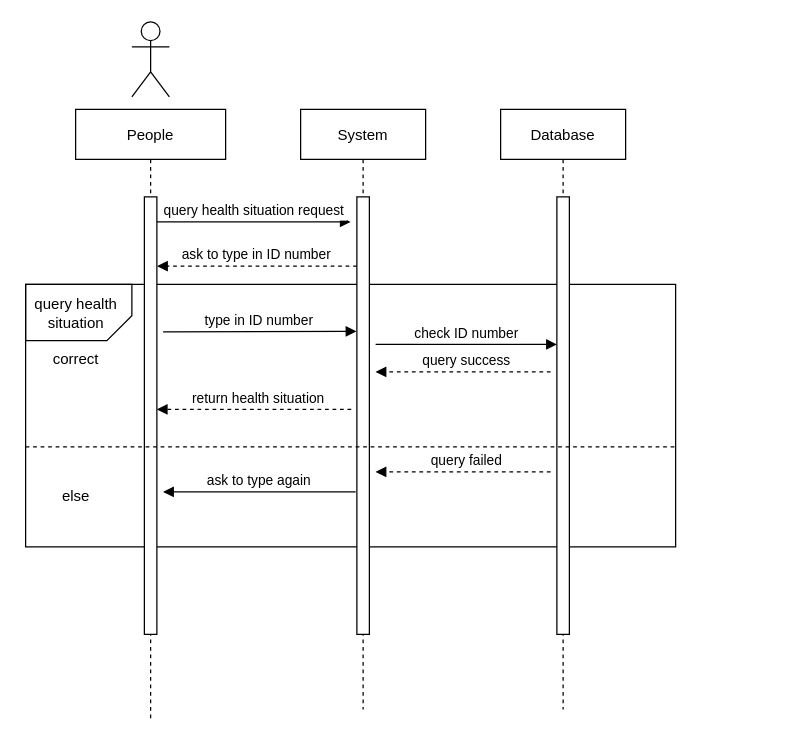
vivianyiye/vivianyiye keeps this draw.io diagram as page "sequence" (2 of 6) of object diagram.drawio. Above is the earlier version. Source tidied: cells renumbered, new cells numbered last; positions are measured from the earlier drawing's top-left corner, leaving out a move shared by most shapes. Both pictures are drawn from the tidied source at 125%, with x=0, y=0 at pixel (25, 21).
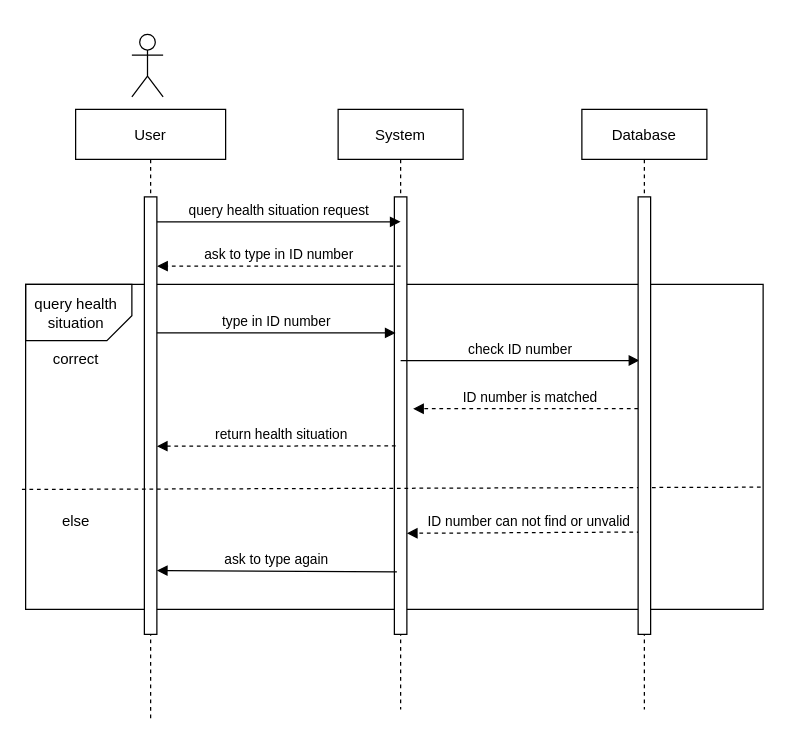
Above is the later version.

Unchanged cells that the change refers to:
```xml
<mxCell id="4" style="points=[];perimeter=orthogonalPerimeter;rounded=0;shadow=0;strokeWidth=1;" parent="3" vertex="1">
  <mxGeometry x="55" y="70" width="10" height="350" as="geometry" />
</mxCell>
<mxCell id="6" style="points=[];perimeter=orthogonalPerimeter;rounded=0;shadow=0;strokeWidth=1;" parent="5" vertex="1">
  <mxGeometry x="45" y="70" width="10" height="350" as="geometry" />
</mxCell>
```

The edit, as a diff of the source:
```diff
@@
     <mxCell id="2" style="rounded=0;whiteSpace=wrap;html=1;fillColor=none;" parent="1" vertex="1">
-      <mxGeometry y="210" width="520" height="210" as="geometry" />
+      <mxGeometry y="210" width="590" height="260" as="geometry" />
     </mxCell>
-    <mxCell id="3" value="People" style="shape=umlLifeline;perimeter=lifelinePerimeter;rounded=0;shadow=0;strokeWidth=1;" parent="1" vertex="1">
+    <mxCell id="3" value="User" style="shape=umlLifeline;perimeter=lifelinePerimeter;rounded=0;shadow=0;strokeWidth=1;" parent="1" vertex="1">
       <mxGeometry x="40" y="70" width="120" height="490" as="geometry" />
     </mxCell>
@@
     <mxCell id="5" value="System" style="shape=umlLifeline;perimeter=lifelinePerimeter;rounded=0;shadow=0;strokeWidth=1;" parent="1" vertex="1">
-      <mxGeometry x="220" y="70" width="100" height="480" as="geometry" />
+      <mxGeometry x="250" y="70" width="100" height="480" as="geometry" />
     </mxCell>
@@
-    <mxCell id="7" value="query health situation request" style="verticalAlign=bottom;endArrow=block;shadow=0;strokeWidth=1;" parent="1" edge="1">
+    <mxCell id="7" value="query health situation request" style="verticalAlign=bottom;endArrow=block;shadow=0;strokeWidth=1;entryX=0.5;entryY=0.057;entryDx=0;entryDy=0;entryPerimeter=0;" parent="1" edge="1" target="6">
       <mxGeometry relative="1" as="geometry">
         <mxPoint x="105" y="160" as="sourcePoint" />
-        <mxPoint x="260" y="160" as="targetPoint" />
       </mxGeometry>
     </mxCell>
-    <mxCell id="8" value="ask to type in ID number" style="verticalAlign=bottom;endArrow=block;entryX=1.02;entryY=0.079;shadow=0;strokeWidth=1;entryDx=0;entryDy=0;entryPerimeter=0;dashed=1;" parent="1" edge="1">
+    <mxCell id="8" value="ask to type in ID number" style="verticalAlign=bottom;endArrow=block;entryX=1.02;entryY=0.079;shadow=0;strokeWidth=1;entryDx=0;entryDy=0;entryPerimeter=0;dashed=1;exitX=0.5;exitY=0.158;exitDx=0;exitDy=0;exitPerimeter=0;" parent="1" edge="1" source="6">
       <mxGeometry relative="1" as="geometry">
-        <mxPoint x="265" y="195.4" as="sourcePoint" />
         <mxPoint x="105.2" y="195.4" as="targetPoint" />
       </mxGeometry>
     </mxCell>
     <mxCell id="9" style="shape=umlActor;verticalLabelPosition=bottom;verticalAlign=top;html=1;" parent="1" vertex="1">
-      <mxGeometry x="85" width="30" height="60" as="geometry" />
+      <mxGeometry x="85" y="10" width="25" height="50" as="geometry" />
     </mxCell>
     <mxCell id="10" value="Database" style="shape=umlLifeline;perimeter=lifelinePerimeter;rounded=0;shadow=0;strokeWidth=1;" parent="1" vertex="1">
-      <mxGeometry x="380" y="70" width="100" height="480" as="geometry" />
+      <mxGeometry x="445" y="70" width="100" height="480" as="geometry" />
     </mxCell>
-    <mxCell id="11" style="points=[];perimeter=orthogonalPerimeter;rounded=0;shadow=0;strokeWidth=1;" parent="10" vertex="1">
-      <mxGeometry x="45" y="70" width="10" height="350" as="geometry" />
-    </mxCell>
-    <mxCell id="12" value="type in ID number" style="verticalAlign=bottom;endArrow=block;shadow=0;strokeWidth=1;entryX=-0.044;entryY=0.126;entryDx=0;entryDy=0;entryPerimeter=0;" parent="1" edge="1">
-      <mxGeometry relative="1" as="geometry">
-        <mxPoint x="110" y="248" as="sourcePoint" />
-        <mxPoint x="264.6" y="247.6" as="targetPoint" />
-      </mxGeometry>
+    <mxCell id="12" value="type in ID number" style="verticalAlign=bottom;endArrow=block;shadow=0;strokeWidth=1;entryX=0.1;entryY=0.311;entryDx=0;entryDy=0;entryPerimeter=0;exitX=1;exitY=0.311;exitDx=0;exitDy=0;exitPerimeter=0;" parent="1" edge="1" source="4" target="6">
+      <mxGeometry relative="1" as="geometry" />
     </mxCell>
-    <mxCell id="13" value="check ID number" style="verticalAlign=bottom;endArrow=block;shadow=0;strokeWidth=1;" parent="1" edge="1">
-      <mxGeometry relative="1" as="geometry">
-        <mxPoint x="280" y="258" as="sourcePoint" />
-        <mxPoint x="425" y="258" as="targetPoint" />
-      </mxGeometry>
+    <mxCell id="13" value="check ID number" style="verticalAlign=bottom;endArrow=block;shadow=0;strokeWidth=1;entryX=0.1;entryY=0.374;entryDx=0;entryDy=0;entryPerimeter=0;exitX=0.5;exitY=0.374;exitDx=0;exitDy=0;exitPerimeter=0;" parent="1" edge="1" source="6" target="11">
+      <mxGeometry relative="1" as="geometry" />
     </mxCell>
-    <mxCell id="14" value="query success" style="verticalAlign=bottom;endArrow=block;shadow=0;strokeWidth=1;dashed=1;" parent="1" edge="1">
+    <mxCell id="14" value="ID number is matched" style="verticalAlign=bottom;endArrow=block;shadow=0;strokeWidth=1;dashed=1;exitX=0;exitY=0.484;exitDx=0;exitDy=0;exitPerimeter=0;" parent="1" edge="1" source="11">
       <mxGeometry x="-0.05" relative="1" as="geometry">
-        <mxPoint x="420" y="280" as="sourcePoint" />
-        <mxPoint x="280" y="280" as="targetPoint" />
+        <mxPoint x="310" y="309.5" as="targetPoint" />
       </mxGeometry>
     </mxCell>
-    <mxCell id="15" value="query failed" style="verticalAlign=bottom;endArrow=block;shadow=0;strokeWidth=1;dashed=1;" parent="1" edge="1">
-      <mxGeometry x="-0.05" relative="1" as="geometry">
-        <mxPoint x="420" y="360" as="sourcePoint" />
-        <mxPoint x="280" y="360" as="targetPoint" />
-      </mxGeometry>
+    <mxCell id="15" value="ID number can not find or unvalid" style="verticalAlign=bottom;endArrow=block;shadow=0;strokeWidth=1;dashed=1;entryX=1;entryY=0.769;entryDx=0;entryDy=0;entryPerimeter=0;exitX=0.2;exitY=0.766;exitDx=0;exitDy=0;exitPerimeter=0;" parent="1" edge="1" source="11" target="6">
+      <mxGeometry x="-0.05" relative="1" as="geometry" />
     </mxCell>
-    <mxCell id="16" value="ask to type again" style="verticalAlign=bottom;endArrow=block;shadow=0;strokeWidth=1;" parent="1" edge="1">
-      <mxGeometry relative="1" as="geometry">
-        <mxPoint x="264" y="376" as="sourcePoint" />
-        <mxPoint x="110" y="376" as="targetPoint" />
-      </mxGeometry>
+    <mxCell id="16" value="ask to type again" style="verticalAlign=bottom;endArrow=block;shadow=0;strokeWidth=1;entryX=1;entryY=0.854;entryDx=0;entryDy=0;entryPerimeter=0;exitX=0.2;exitY=0.857;exitDx=0;exitDy=0;exitPerimeter=0;" parent="1" edge="1" source="6" target="4">
+      <mxGeometry relative="1" as="geometry" />
     </mxCell>
-    <mxCell id="17" style="endArrow=none;dashed=1;html=1;exitX=0;exitY=0.5;exitDx=0;exitDy=0;" parent="1" edge="1">
-      <mxGeometry relative="1" as="geometry">
-        <mxPoint y="340" as="sourcePoint" />
-        <mxPoint x="520" y="340" as="targetPoint" />
-        <Array as="points">
-          <mxPoint x="320" y="340" />
-        </Array>
-      </mxGeometry>
+    <mxCell id="17" style="endArrow=none;dashed=1;html=1;exitX=-0.005;exitY=0.631;exitDx=0;exitDy=0;entryX=0.998;entryY=0.624;entryDx=0;entryDy=0;entryPerimeter=0;exitPerimeter=0;" parent="1" edge="1" source="2" target="2">
+      <mxGeometry relative="1" as="geometry" />
     </mxCell>
@@
     <mxCell id="19" value="else" style="text;html=1;align=center;verticalAlign=middle;strokeColor=none;" parent="1" vertex="1">
-      <mxGeometry x="20" y="370" width="40" height="20" as="geometry" />
+      <mxGeometry x="20" y="390" width="40" height="20" as="geometry" />
     </mxCell>
@@
-    <mxCell id="22" value="return health situation" style="verticalAlign=bottom;endArrow=block;shadow=0;strokeWidth=1;dashed=1;entryX=0.54;entryY=0.228;entryDx=0;entryDy=0;entryPerimeter=0;" parent="1" edge="1">
+    <mxCell id="22" value="return health situation" style="verticalAlign=bottom;endArrow=block;shadow=0;strokeWidth=1;dashed=1;entryX=0.54;entryY=0.228;entryDx=0;entryDy=0;entryPerimeter=0;exitX=0.1;exitY=0.569;exitDx=0;exitDy=0;exitPerimeter=0;" parent="1" edge="1" source="6">
       <mxGeometry x="-0.05" relative="1" as="geometry">
-        <mxPoint x="260.5" y="310" as="sourcePoint" />
-        <mxPoint x="105" y="310" as="targetPoint" />
+        <mxPoint x="105" y="339.5" as="targetPoint" />
       </mxGeometry>
     </mxCell>
+    <mxCell id="11" style="points=[];perimeter=orthogonalPerimeter;rounded=0;shadow=0;strokeWidth=1;" parent="1" vertex="1">
+      <mxGeometry x="490" y="140" width="10" height="350" as="geometry" />
+    </mxCell>
```
